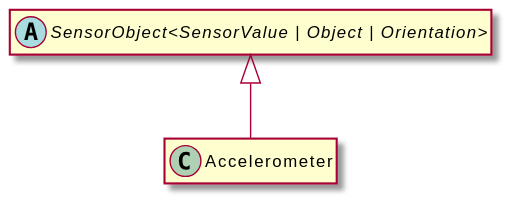
The PlantUML diagram assets/Accelerometer-umlClassDiagram-3540.svg in OpenHPS/openhps-core, before a commit.
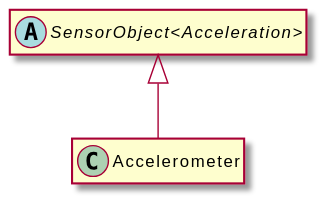
After the change.

What changed in the source:
```diff
@@ -4,7 +4,7 @@
 hide empty fields
 class "Accelerometer" {
 }
-abstract class "SensorObject<SensorValue | Object | Orientation>" {
+abstract class "SensorObject<Acceleration>" {
 }
-"SensorObject<SensorValue | Object | Orientation>" <|-- "Accelerometer"
+"SensorObject<Acceleration>" <|-- "Accelerometer"
 @enduml
```
